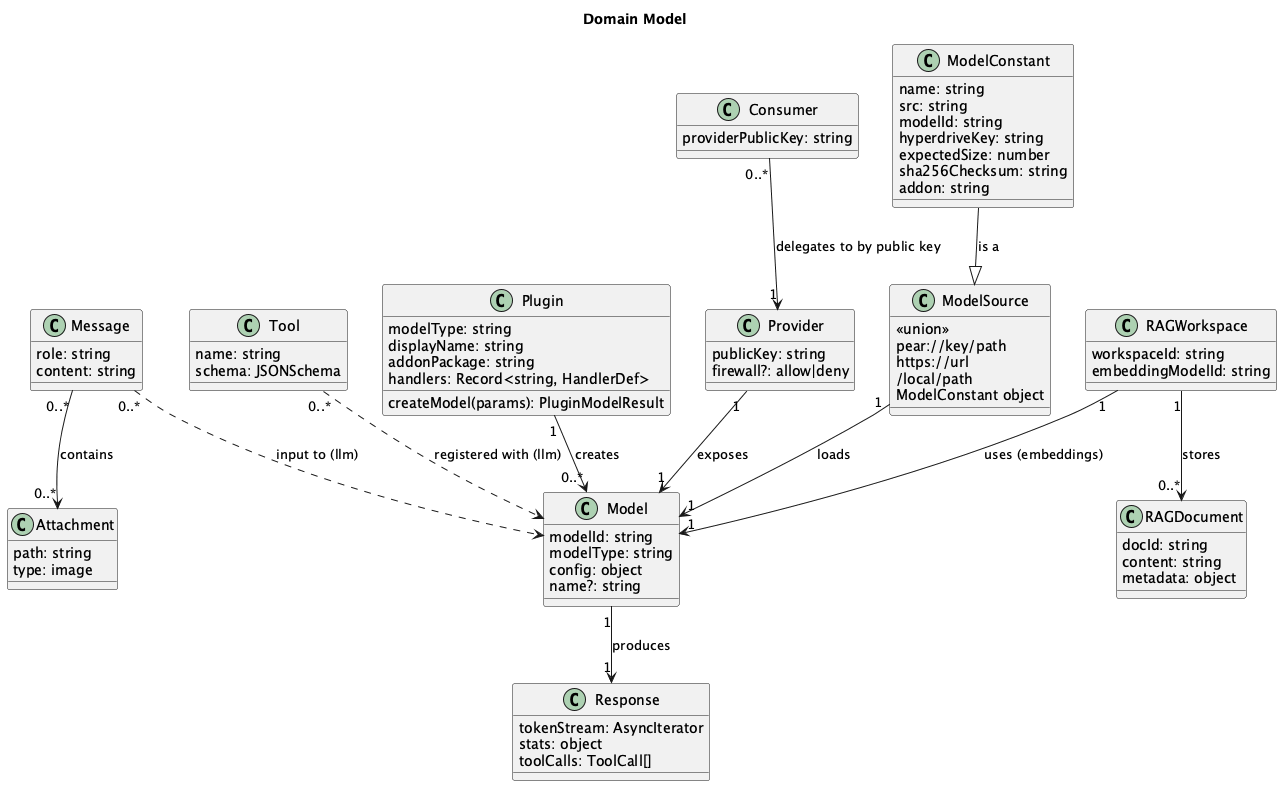
Above: docs/architecture/puml/images/06-domain-model.png in tetherto/qvac (PlantUML), before the change.
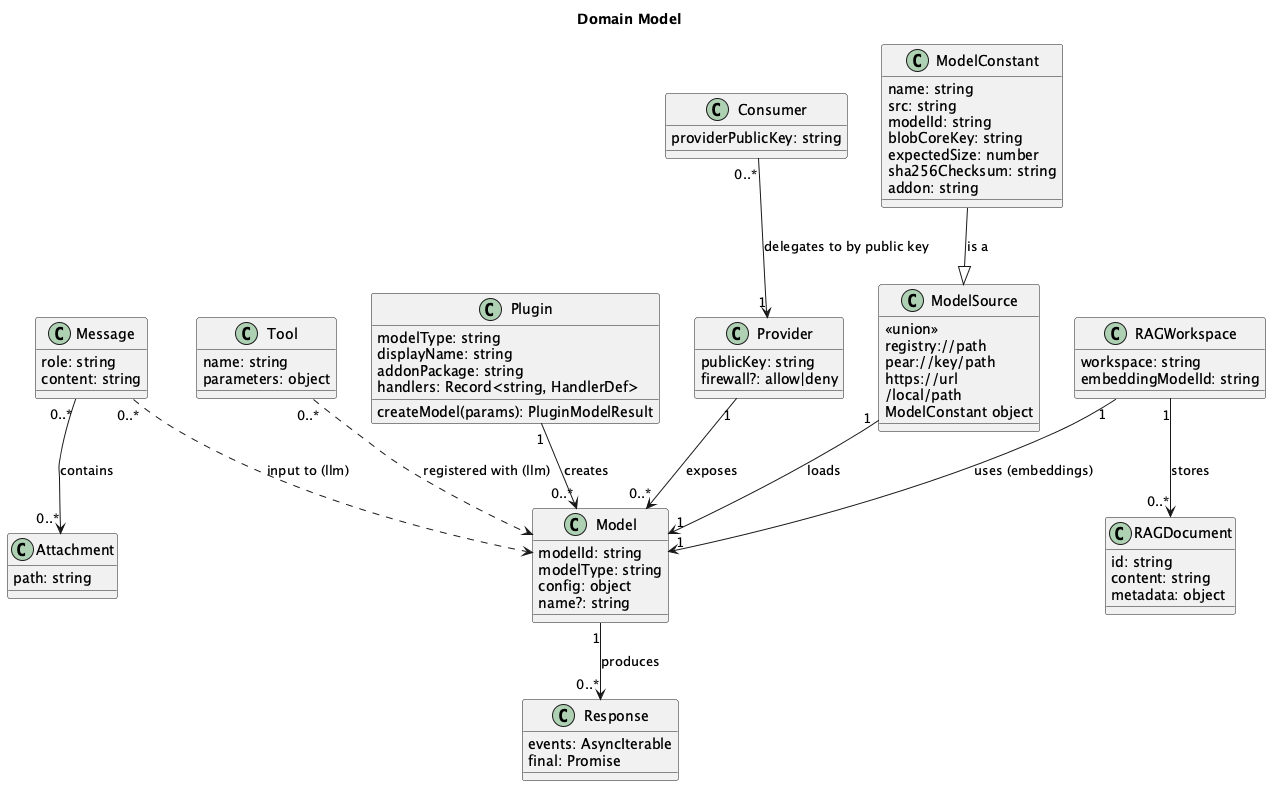
Above is the later version.

Change to the diagram source:
```diff
@@ -22,7 +22,7 @@
     name: string
     src: string
     modelId: string
-    hyperdriveKey: string
+    blobCoreKey: string
     expectedSize: number
     sha256Checksum: string
     addon: string
@@ -30,6 +30,7 @@
 
 class ModelSource {
     <<union>>
+    registry://path
     pear://key/path
     https://url
     /local/path
@@ -43,27 +44,25 @@
 
 class Attachment {
     path: string
-    type: image
 }
 
 class Tool {
     name: string
-    schema: JSONSchema
+    parameters: object
 }
 
 class Response {
-    tokenStream: AsyncIterator
-    stats: object
-    toolCalls: ToolCall[]
+    events: AsyncIterable
+    final: Promise
 }
 
 class RAGWorkspace {
-    workspaceId: string
+    workspace: string
     embeddingModelId: string
 }
 
 class RAGDocument {
-    docId: string
+    id: string
     content: string
     metadata: object
 }
@@ -84,12 +83,12 @@
 Message "0..*" --> "0..*" Attachment : contains
 Message "0..*" ..> Model : input to (llm)
 Tool "0..*" ..> Model : registered with (llm)
-Model "1" --> "1" Response : produces
+Model "1" --> "0..*" Response : produces
 
 RAGWorkspace "1" --> "1" Model : uses (embeddings)
 RAGWorkspace "1" --> "0..*" RAGDocument : stores
 
-Provider "1" --> "1" Model : exposes
+Provider "1" --> "0..*" Model : exposes
 Consumer "0..*" --> "1" Provider : delegates to by public key
 
 @enduml
```
